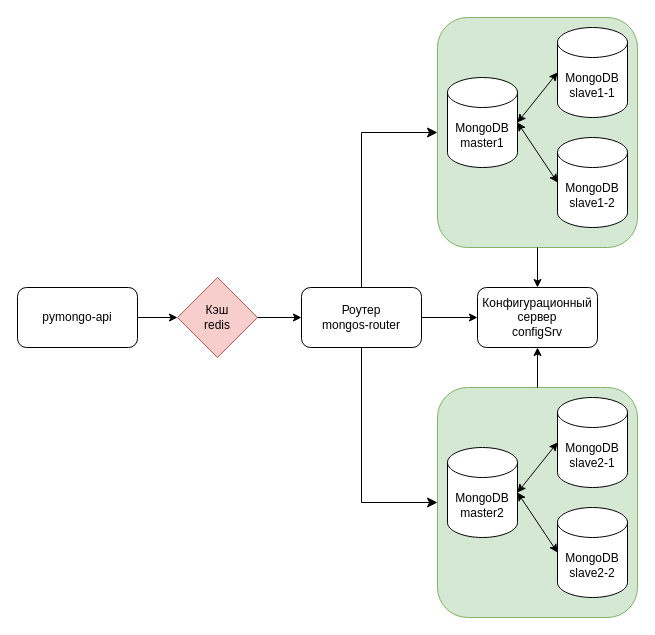
This is page "3.cache" (4 of 4) of solution.drawio from dftyni/architecture-mesto, a draw.io file, before an edit. Source tidied: cells renumbered, new cells numbered last; positions are measured from the earlier drawing's top-left corner, leaving out a move shared by most shapes. Both pictures are drawn from the tidied source at 100%, with x=0, y=0 at pixel (17, 17).
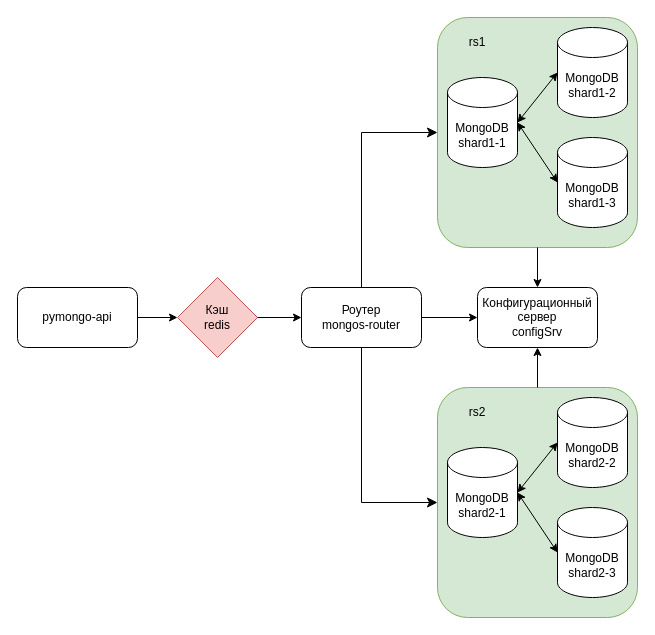
After the change.

The edit, as a diff of the source:
```diff
@@
-    <mxCell id="2" style="rounded=1;whiteSpace=wrap;html=1;fillColor=#d5e8d4;strokeColor=#82b366;" parent="1" vertex="1">
-      <mxGeometry x="420" width="200" height="230" as="geometry" />
-    </mxCell>
@@
-    <mxCell id="4" value="Роутер&lt;br&gt;mongos-router" style="rounded=1;whiteSpace=wrap;html=1;" parent="1" vertex="1">
-      <mxGeometry x="284" y="270" width="120" height="60" as="geometry" />
-    </mxCell>
-    <mxCell id="5" value="Конфигурационный сервер&lt;br&gt;configSrv" style="rounded=1;whiteSpace=wrap;html=1;" parent="1" vertex="1">
-      <mxGeometry x="460" y="270" width="120" height="60" as="geometry" />
-    </mxCell>
-    <mxCell id="6" value="MongoDB&lt;br&gt;master1" style="shape=cylinder3;whiteSpace=wrap;html=1;boundedLbl=1;backgroundOutline=1;size=15;" parent="1" vertex="1">
-      <mxGeometry x="430" y="60" width="70" height="90" as="geometry" />
-    </mxCell>
-    <mxCell id="7" value="MongoDB&lt;br&gt;slave1-1" style="shape=cylinder3;whiteSpace=wrap;html=1;boundedLbl=1;backgroundOutline=1;size=15;" parent="1" vertex="1">
-      <mxGeometry x="540" y="10" width="70" height="90" as="geometry" />
-    </mxCell>
-    <mxCell id="8" value="MongoDB&lt;br&gt;slave1-2" style="shape=cylinder3;whiteSpace=wrap;html=1;boundedLbl=1;backgroundOutline=1;size=15;" parent="1" vertex="1">
-      <mxGeometry x="540" y="120" width="70" height="90" as="geometry" />
-    </mxCell>
-    <mxCell id="9" style="endArrow=classic;startArrow=classic;html=1;rounded=0;entryX=0;entryY=0.5;entryDx=0;entryDy=0;entryPerimeter=0;exitX=1;exitY=0.5;exitDx=0;exitDy=0;exitPerimeter=0;" parent="1" edge="1" source="6" target="7">
-      <mxGeometry relative="1" as="geometry" />
-    </mxCell>
-    <mxCell id="10" style="endArrow=classic;startArrow=classic;html=1;rounded=0;entryX=0;entryY=0.5;entryDx=0;entryDy=0;entryPerimeter=0;exitX=1;exitY=0.5;exitDx=0;exitDy=0;exitPerimeter=0;" parent="1" edge="1" source="6" target="8">
-      <mxGeometry relative="1" as="geometry" />
-    </mxCell>
-    <mxCell id="11" style="rounded=1;whiteSpace=wrap;html=1;fillColor=#d5e8d4;strokeColor=#82b366;" parent="1" vertex="1">
-      <mxGeometry x="420" y="370" width="200" height="230" as="geometry" />
-    </mxCell>
-    <mxCell id="12" value="MongoDB&lt;br&gt;master2" style="shape=cylinder3;whiteSpace=wrap;html=1;boundedLbl=1;backgroundOutline=1;size=15;" parent="1" vertex="1">
-      <mxGeometry x="430" y="430" width="70" height="90" as="geometry" />
-    </mxCell>
-    <mxCell id="13" value="MongoDB&lt;br&gt;slave2-1" style="shape=cylinder3;whiteSpace=wrap;html=1;boundedLbl=1;backgroundOutline=1;size=15;" parent="1" vertex="1">
-      <mxGeometry x="540" y="380" width="70" height="90" as="geometry" />
-    </mxCell>
-    <mxCell id="14" value="MongoDB&lt;br&gt;slave2-2" style="shape=cylinder3;whiteSpace=wrap;html=1;boundedLbl=1;backgroundOutline=1;size=15;" parent="1" vertex="1">
-      <mxGeometry x="540" y="490" width="70" height="90" as="geometry" />
-    </mxCell>
-    <mxCell id="15" style="endArrow=classic;startArrow=classic;html=1;rounded=0;entryX=0;entryY=0.5;entryDx=0;entryDy=0;entryPerimeter=0;exitX=1;exitY=0.5;exitDx=0;exitDy=0;exitPerimeter=0;" parent="1" edge="1" source="12" target="13">
-      <mxGeometry relative="1" as="geometry" />
-    </mxCell>
-    <mxCell id="16" style="endArrow=classic;startArrow=classic;html=1;rounded=0;entryX=0;entryY=0.5;entryDx=0;entryDy=0;entryPerimeter=0;exitX=1;exitY=0.5;exitDx=0;exitDy=0;exitPerimeter=0;" parent="1" edge="1" source="12" target="14">
-      <mxGeometry relative="1" as="geometry" />
-    </mxCell>
-    <mxCell id="17" style="endArrow=classic;html=1;rounded=0;entryX=0;entryY=0.5;entryDx=0;entryDy=0;exitX=1;exitY=0.5;exitDx=0;exitDy=0;" parent="1" edge="1" source="4" target="5">
-      <mxGeometry relative="1" as="geometry" />
-    </mxCell>
-    <mxCell id="18" style="endArrow=classic;html=1;rounded=0;exitX=0.5;exitY=1;exitDx=0;exitDy=0;entryX=0.5;entryY=0;entryDx=0;entryDy=0;" parent="1" edge="1" source="2" target="5">
-      <mxGeometry relative="1" as="geometry" />
-    </mxCell>
-    <mxCell id="19" style="endArrow=classic;html=1;rounded=0;exitX=0.5;exitY=0;exitDx=0;exitDy=0;entryX=0.5;entryY=1;entryDx=0;entryDy=0;" parent="1" edge="1" source="11" target="5">
-      <mxGeometry relative="1" as="geometry" />
-    </mxCell>
-    <mxCell id="20" style="edgeStyle=segmentEdgeStyle;endArrow=classic;html=1;curved=0;rounded=0;endSize=8;startSize=8;exitX=0.5;exitY=0;exitDx=0;exitDy=0;entryX=0;entryY=0.5;entryDx=0;entryDy=0;" parent="1" edge="1" source="4" target="2">
-      <mxGeometry relative="1" as="geometry">
-        <Array as="points">
-          <mxPoint x="344" y="115" />
-        </Array>
-      </mxGeometry>
-    </mxCell>
-    <mxCell id="21" style="edgeStyle=segmentEdgeStyle;endArrow=classic;html=1;curved=0;rounded=0;endSize=8;startSize=8;exitX=0.5;exitY=1;exitDx=0;exitDy=0;entryX=0;entryY=0.5;entryDx=0;entryDy=0;" parent="1" edge="1" source="4" target="11">
-      <mxGeometry relative="1" as="geometry">
-        <Array as="points">
-          <mxPoint x="344" y="485" />
-        </Array>
-      </mxGeometry>
-    </mxCell>
@@
+    <mxCell id="25" style="rounded=1;whiteSpace=wrap;html=1;fillColor=#d5e8d4;strokeColor=#82b366;align=center;" parent="1" vertex="1">
+      <mxGeometry x="420" width="200" height="230" as="geometry" />
+    </mxCell>
+    <mxCell id="4" value="Роутер&lt;br&gt;mongos-router" style="rounded=1;whiteSpace=wrap;html=1;" parent="1" vertex="1">
+      <mxGeometry x="284" y="270" width="120" height="60" as="geometry" />
+    </mxCell>
+    <mxCell id="5" value="Конфигурационный сервер&lt;br&gt;configSrv" style="rounded=1;whiteSpace=wrap;html=1;" parent="1" vertex="1">
+      <mxGeometry x="460" y="270" width="120" height="60" as="geometry" />
+    </mxCell>
+    <mxCell id="26" value="MongoDB&lt;br&gt;shard1-1" style="shape=cylinder3;whiteSpace=wrap;html=1;boundedLbl=1;backgroundOutline=1;size=15;" parent="1" vertex="1">
+      <mxGeometry x="430" y="60" width="70" height="90" as="geometry" />
+    </mxCell>
+    <mxCell id="27" value="MongoDB&lt;br&gt;shard1-2" style="shape=cylinder3;whiteSpace=wrap;html=1;boundedLbl=1;backgroundOutline=1;size=15;" parent="1" vertex="1">
+      <mxGeometry x="540" y="10" width="70" height="90" as="geometry" />
+    </mxCell>
+    <mxCell id="28" value="MongoDB&lt;br&gt;shard1-3" style="shape=cylinder3;whiteSpace=wrap;html=1;boundedLbl=1;backgroundOutline=1;size=15;" parent="1" vertex="1">
+      <mxGeometry x="540" y="120" width="70" height="90" as="geometry" />
+    </mxCell>
+    <mxCell id="29" style="endArrow=classic;startArrow=classic;html=1;rounded=0;entryX=0;entryY=0.5;entryDx=0;entryDy=0;entryPerimeter=0;exitX=1;exitY=0.5;exitDx=0;exitDy=0;exitPerimeter=0;" parent="1" edge="1" source="26" target="27">
+      <mxGeometry relative="1" as="geometry" />
+    </mxCell>
+    <mxCell id="30" style="endArrow=classic;startArrow=classic;html=1;rounded=0;entryX=0;entryY=0.5;entryDx=0;entryDy=0;entryPerimeter=0;exitX=1;exitY=0.5;exitDx=0;exitDy=0;exitPerimeter=0;" parent="1" edge="1" source="26" target="28">
+      <mxGeometry relative="1" as="geometry" />
+    </mxCell>
+    <mxCell id="11" style="rounded=1;whiteSpace=wrap;html=1;fillColor=#d5e8d4;strokeColor=#82b366;" parent="1" vertex="1">
+      <mxGeometry x="420" y="370" width="200" height="230" as="geometry" />
+    </mxCell>
+    <mxCell id="31" value="MongoDB&lt;br&gt;shard&lt;span style=&quot;background-color: transparent; color: light-dark(rgb(0, 0, 0), rgb(255, 255, 255));&quot;&gt;2-1&lt;/span&gt;" style="shape=cylinder3;whiteSpace=wrap;html=1;boundedLbl=1;backgroundOutline=1;size=15;" parent="1" vertex="1">
+      <mxGeometry x="430" y="430" width="70" height="90" as="geometry" />
+    </mxCell>
+    <mxCell id="32" value="MongoDB&lt;br&gt;shard2-2" style="shape=cylinder3;whiteSpace=wrap;html=1;boundedLbl=1;backgroundOutline=1;size=15;" parent="1" vertex="1">
+      <mxGeometry x="540" y="380" width="70" height="90" as="geometry" />
+    </mxCell>
+    <mxCell id="33" value="MongoDB&lt;br&gt;shard2-3" style="shape=cylinder3;whiteSpace=wrap;html=1;boundedLbl=1;backgroundOutline=1;size=15;" parent="1" vertex="1">
+      <mxGeometry x="540" y="490" width="70" height="90" as="geometry" />
+    </mxCell>
+    <mxCell id="34" style="endArrow=classic;startArrow=classic;html=1;rounded=0;entryX=0;entryY=0.5;entryDx=0;entryDy=0;entryPerimeter=0;exitX=1;exitY=0.5;exitDx=0;exitDy=0;exitPerimeter=0;" parent="1" edge="1" source="31" target="32">
+      <mxGeometry relative="1" as="geometry" />
+    </mxCell>
+    <mxCell id="35" style="endArrow=classic;startArrow=classic;html=1;rounded=0;entryX=0;entryY=0.5;entryDx=0;entryDy=0;entryPerimeter=0;exitX=1;exitY=0.5;exitDx=0;exitDy=0;exitPerimeter=0;" parent="1" edge="1" source="31" target="33">
+      <mxGeometry relative="1" as="geometry" />
+    </mxCell>
+    <mxCell id="17" style="endArrow=classic;html=1;rounded=0;entryX=0;entryY=0.5;entryDx=0;entryDy=0;exitX=1;exitY=0.5;exitDx=0;exitDy=0;" parent="1" edge="1" source="4" target="5">
+      <mxGeometry relative="1" as="geometry" />
+    </mxCell>
+    <mxCell id="36" style="endArrow=classic;html=1;rounded=0;exitX=0.5;exitY=1;exitDx=0;exitDy=0;entryX=0.5;entryY=0;entryDx=0;entryDy=0;" parent="1" edge="1" source="25" target="5">
+      <mxGeometry relative="1" as="geometry" />
+    </mxCell>
+    <mxCell id="19" style="endArrow=classic;html=1;rounded=0;exitX=0.5;exitY=0;exitDx=0;exitDy=0;entryX=0.5;entryY=1;entryDx=0;entryDy=0;" parent="1" edge="1" source="11" target="5">
+      <mxGeometry relative="1" as="geometry" />
+    </mxCell>
+    <mxCell id="37" style="edgeStyle=segmentEdgeStyle;endArrow=classic;html=1;curved=0;rounded=0;endSize=8;startSize=8;exitX=0.5;exitY=0;exitDx=0;exitDy=0;entryX=0;entryY=0.5;entryDx=0;entryDy=0;" parent="1" edge="1" source="4" target="25">
+      <mxGeometry relative="1" as="geometry">
+        <Array as="points">
+          <mxPoint x="344" y="115" />
+        </Array>
+      </mxGeometry>
+    </mxCell>
+    <mxCell id="21" style="edgeStyle=segmentEdgeStyle;endArrow=classic;html=1;curved=0;rounded=0;endSize=8;startSize=8;exitX=0.5;exitY=1;exitDx=0;exitDy=0;entryX=0;entryY=0.5;entryDx=0;entryDy=0;" parent="1" edge="1" source="4" target="11">
+      <mxGeometry relative="1" as="geometry">
+        <Array as="points">
+          <mxPoint x="344" y="485" />
+        </Array>
+      </mxGeometry>
+    </mxCell>
+    <mxCell id="38" value="rs1" style="text;html=1;align=center;verticalAlign=middle;whiteSpace=wrap;rounded=0;" parent="1" vertex="1">
+      <mxGeometry x="430" y="10" width="60" height="30" as="geometry" />
+    </mxCell>
+    <mxCell id="39" value="rs2" style="text;html=1;align=center;verticalAlign=middle;whiteSpace=wrap;rounded=0;" parent="1" vertex="1">
+      <mxGeometry x="430" y="380" width="60" height="30" as="geometry" />
+    </mxCell>
```
